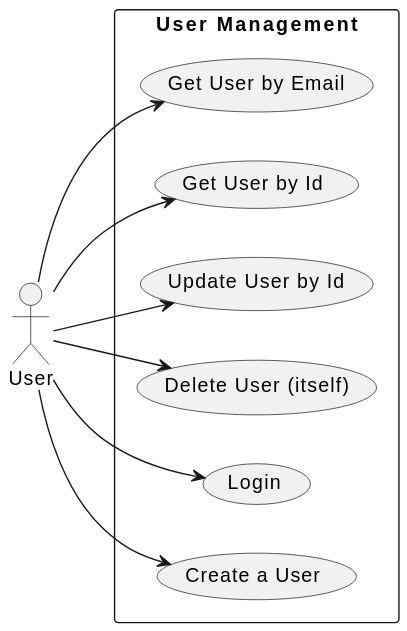
Earlier version of the PlantUML export diagrams/SVG/UserManagementUCs.svg (AlejaandroRubio/sistema_de_calidad_docente).
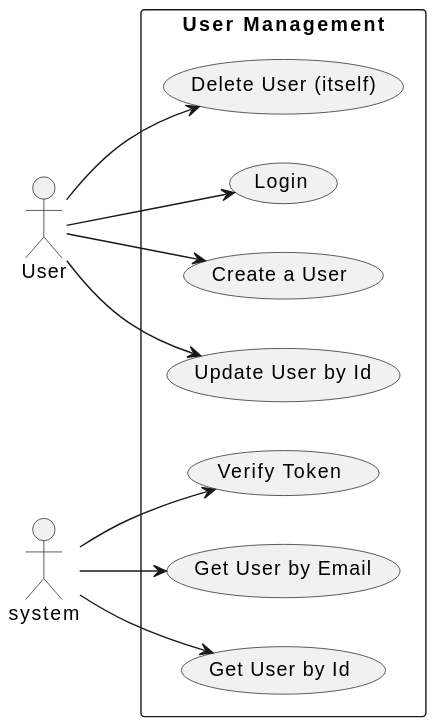
After the commit.

Commit message:
Cambios de SVGs

What changed in the source:
```diff
@@ -2,6 +2,7 @@
 left to right direction
 
 actor User
+actor system
 rectangle "User Management" as UserManagement {
     usecase "Create a User" as UC_CreateUser
     usecase "Login" as UC_Login
@@ -9,12 +10,14 @@
     usecase "Update User by Id" as UC_UpdateUser
     usecase "Get User by Id" as UC_GetUserById
     usecase "Get User by Email" as UC_GetUserByEmail
+    usecase "Verify Token" as UC_VerifyToken
 }
 
 User --> UC_CreateUser
 User --> UC_Login
 User --> UC_DeleteUser
 User --> UC_UpdateUser
-User --> UC_GetUserById
-User --> UC_GetUserByEmail
+system --> UC_GetUserById
+system --> UC_GetUserByEmail
+system --> UC_VerifyToken
 @enduml
```
